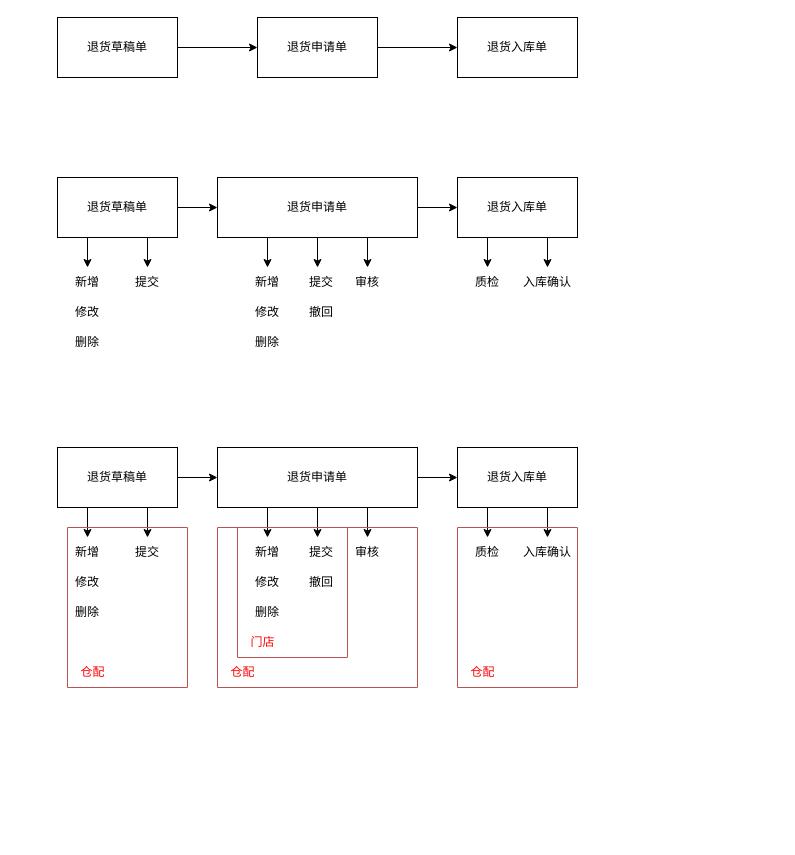
Before: page "单据图" (1 of 7) of 销售退货中台化业务梳理图.drawio in fengj1202/draw, a draw.io diagram. Source tidied: cells renumbered, new cells numbered last; positions are measured from the earlier drawing's top-left corner, leaving out a move shared by most shapes. Both pictures are drawn from the tidied source at 100%, with x=0, y=0 at pixel (57, 17).
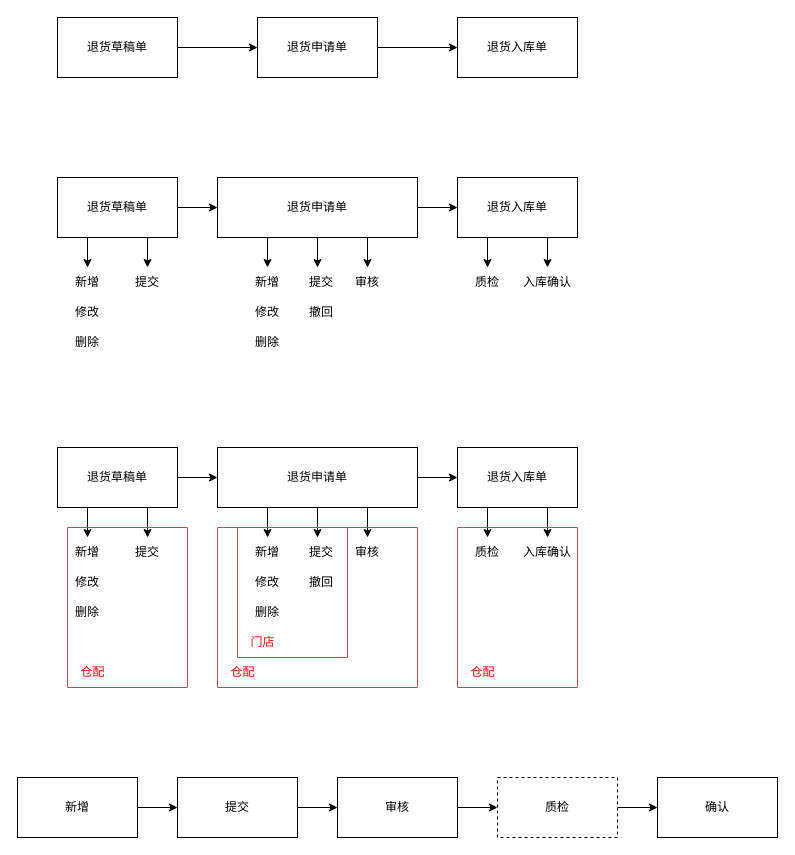
After the change.

Commit message:
更新销售退货中台化业务梳理图.drawio

The edit, as a diff of the source:
```diff
@@
+    <mxCell id="63" style="edgeStyle=orthogonalEdgeStyle;rounded=0;jettySize=auto;html=1;" parent="1" edge="1" source="64" target="66">
+      <mxGeometry relative="1" as="geometry" />
+    </mxCell>
+    <mxCell id="64" value="新增" style="rounded=0;whiteSpace=wrap;html=1;" parent="1" vertex="1">
+      <mxGeometry x="-40" y="760" width="120" height="60" as="geometry" />
+    </mxCell>
+    <mxCell id="65" style="edgeStyle=orthogonalEdgeStyle;rounded=0;jettySize=auto;html=1;" parent="1" edge="1" source="66" target="68">
+      <mxGeometry relative="1" as="geometry" />
+    </mxCell>
+    <mxCell id="66" value="提交" style="rounded=0;whiteSpace=wrap;html=1;" parent="1" vertex="1">
+      <mxGeometry x="120" y="760" width="120" height="60" as="geometry" />
+    </mxCell>
+    <mxCell id="67" style="edgeStyle=orthogonalEdgeStyle;rounded=0;jettySize=auto;html=1;" parent="1" edge="1" source="68" target="70">
+      <mxGeometry relative="1" as="geometry" />
+    </mxCell>
+    <mxCell id="68" value="审核" style="rounded=0;whiteSpace=wrap;html=1;" parent="1" vertex="1">
+      <mxGeometry x="280" y="760" width="120" height="60" as="geometry" />
+    </mxCell>
+    <mxCell id="69" style="edgeStyle=orthogonalEdgeStyle;rounded=0;jettySize=auto;html=1;" parent="1" edge="1" source="70" target="71">
+      <mxGeometry relative="1" as="geometry" />
+    </mxCell>
+    <mxCell id="70" value="质检" style="rounded=0;whiteSpace=wrap;html=1;dashed=1;" parent="1" vertex="1">
+      <mxGeometry x="440" y="760" width="120" height="60" as="geometry" />
+    </mxCell>
+    <mxCell id="71" value="确认" style="rounded=0;whiteSpace=wrap;html=1;" parent="1" vertex="1">
+      <mxGeometry x="600" y="760" width="120" height="60" as="geometry" />
+    </mxCell>
```
